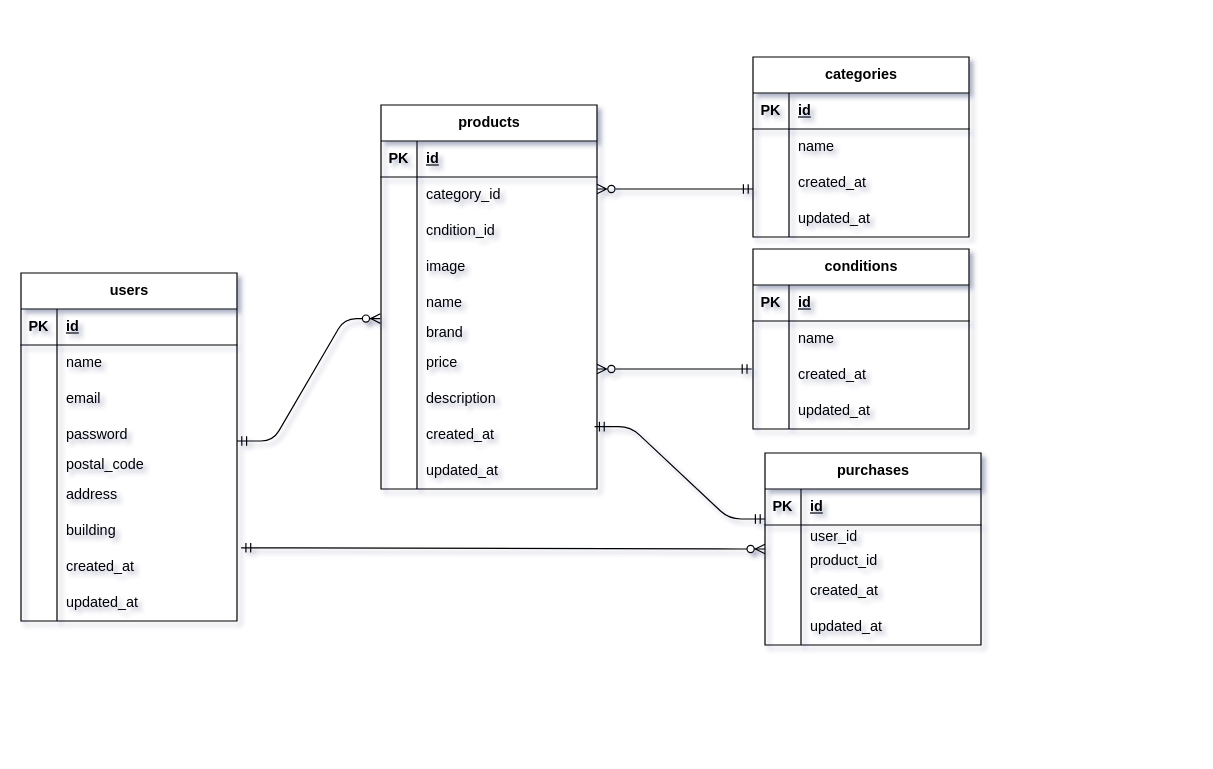
yushiro46/Furima keeps this draw.io diagram as er.dio. Above is the earlier version. Source tidied: cells renumbered, new cells numbered last; positions are measured from the earlier drawing's top-left corner, leaving out a move shared by most shapes. Both pictures are drawn from the tidied source at 120%, with x=0, y=0 at pixel (20, 56).
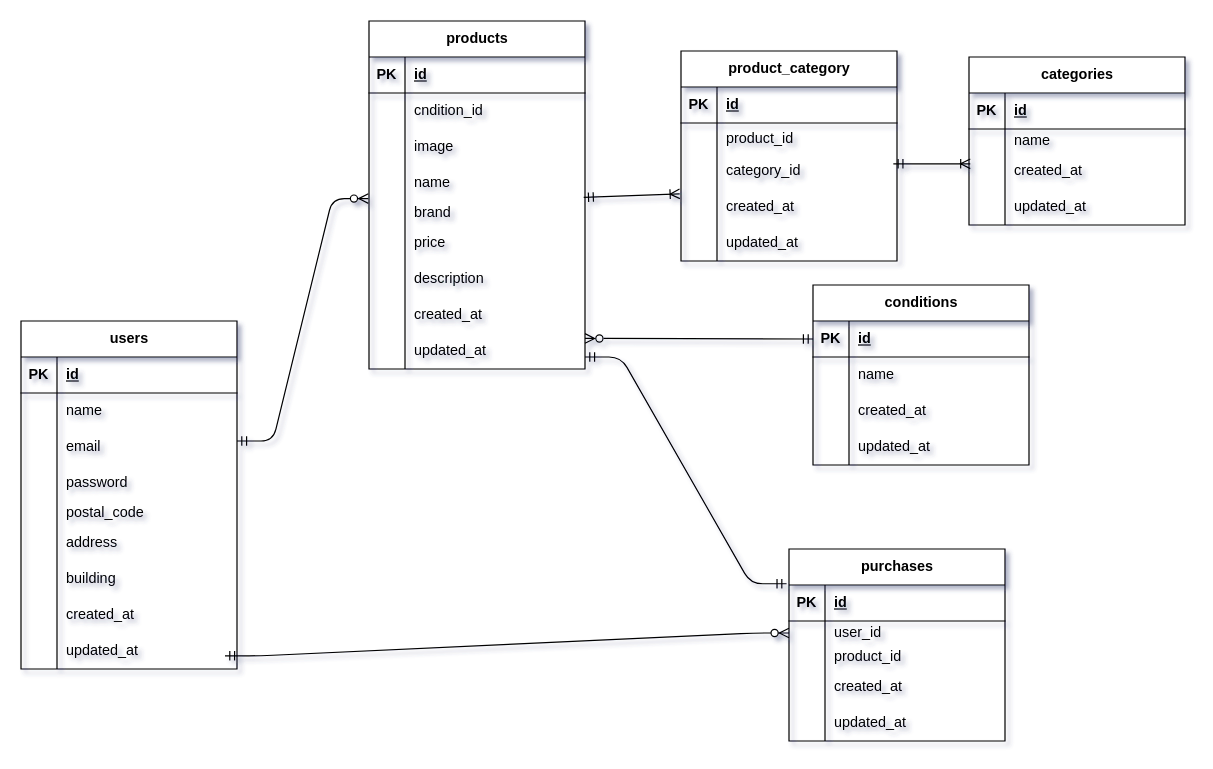
After the change.

Unchanged cells that the change refers to:
```xml
<mxCell id="24" style="shape=tableRow;horizontal=0;startSize=0;swimlaneHead=0;swimlaneBody=0;fillColor=none;points=[[0,0.5],[1,0.5]];portConstraint=eastwest;top=0;left=0;right=0;bottom=0;" parent="2" vertex="1">
  <mxGeometry y="230" width="180" height="30" as="geometry" />
</mxCell>
<mxCell id="75" style="shape=tableRow;horizontal=0;startSize=0;swimlaneHead=0;swimlaneBody=0;fillColor=none;points=[[0,0.5],[1,0.5]];portConstraint=eastwest;top=0;left=0;right=0;bottom=1;" parent="74" vertex="1">
  <mxGeometry y="30" width="180" height="30" as="geometry" />
</mxCell>
<mxCell id="91" style="shape=tableRow;horizontal=0;startSize=0;swimlaneHead=0;swimlaneBody=0;fillColor=none;points=[[0,0.5],[1,0.5]];portConstraint=eastwest;top=0;left=0;right=0;bottom=0;" parent="87" vertex="1">
  <mxGeometry y="60" width="180" height="20" as="geometry" />
</mxCell>
```

What changed in the source:
```diff
@@
     <mxCell id="2" value="users" style="shape=table;startSize=30;childLayout=tableLayout;rowLines=0;fontStyle=1;align=center;html=1;" parent="1" vertex="1">
-      <mxGeometry y="180" width="180" height="290" as="geometry" />
+      <mxGeometry y="220" width="180" height="290" as="geometry" />
     </mxCell>
@@
     <mxCell id="30" value="products" style="shape=table;startSize=30;childLayout=tableLayout;rowLines=0;fontStyle=1;align=center;html=1;" parent="1" vertex="1">
-      <mxGeometry x="300" y="40" width="180" height="320" as="geometry" />
+      <mxGeometry x="290" y="-30" width="180" height="290" as="geometry" />
     </mxCell>
@@
-    <mxCell id="34" style="shape=tableRow;horizontal=0;startSize=0;swimlaneHead=0;swimlaneBody=0;fillColor=none;top=0;left=0;right=0;bottom=0;" parent="30" vertex="1">
-      <mxGeometry y="60" width="180" height="30" as="geometry" />
-    </mxCell>
-    <mxCell id="35" style="shape=partialRectangle;fillColor=none;top=0;left=0;bottom=0;right=0;overflow=hidden;whiteSpace=wrap;html=1;" parent="34" vertex="1">
-      <mxGeometry width="30" height="30" as="geometry" />
-    </mxCell>
-    <mxCell id="36" value="category_id" style="shape=partialRectangle;fillColor=none;top=0;left=0;bottom=0;right=0;align=left;spacingLeft=6;overflow=hidden;whiteSpace=wrap;html=1;" parent="34" vertex="1">
-      <mxGeometry x="30" width="150" height="30" as="geometry" />
-    </mxCell>
     <mxCell id="37" style="shape=tableRow;horizontal=0;startSize=0;swimlaneHead=0;swimlaneBody=0;fillColor=none;top=0;left=0;right=0;bottom=0;" parent="30" vertex="1">
-      <mxGeometry y="90" width="180" height="30" as="geometry" />
+      <mxGeometry y="60" width="180" height="30" as="geometry" />
     </mxCell>
@@
     <mxCell id="40" style="shape=tableRow;horizontal=0;startSize=0;swimlaneHead=0;swimlaneBody=0;fillColor=none;top=0;left=0;right=0;bottom=0;" parent="30" vertex="1">
-      <mxGeometry y="120" width="180" height="30" as="geometry" />
+      <mxGeometry y="90" width="180" height="30" as="geometry" />
     </mxCell>
@@
     <mxCell id="43" style="shape=tableRow;horizontal=0;startSize=0;swimlaneHead=0;swimlaneBody=0;fillColor=none;top=0;left=0;right=0;bottom=0;" parent="30" vertex="1">
-      <mxGeometry y="150" width="180" height="30" as="geometry" />
+      <mxGeometry y="120" width="180" height="30" as="geometry" />
     </mxCell>
@@
     <mxCell id="46" style="shape=tableRow;horizontal=0;startSize=0;swimlaneHead=0;swimlaneBody=0;fillColor=none;points=[[0,0.5],[1,0.5]];portConstraint=eastwest;top=0;left=0;right=0;bottom=0;" parent="30" vertex="1">
-      <mxGeometry y="180" width="180" height="20" as="geometry" />
+      <mxGeometry y="150" width="180" height="20" as="geometry" />
     </mxCell>
@@
     <mxCell id="49" style="shape=tableRow;horizontal=0;startSize=0;swimlaneHead=0;swimlaneBody=0;fillColor=none;top=0;left=0;right=0;bottom=0;" parent="30" vertex="1">
-      <mxGeometry y="200" width="180" height="30" as="geometry" />
+      <mxGeometry y="170" width="180" height="30" as="geometry" />
     </mxCell>
@@
     <mxCell id="52" style="shape=tableRow;horizontal=0;startSize=0;swimlaneHead=0;swimlaneBody=0;fillColor=none;top=0;left=0;right=0;bottom=0;" parent="30" vertex="1">
-      <mxGeometry y="230" width="180" height="30" as="geometry" />
+      <mxGeometry y="200" width="180" height="30" as="geometry" />
     </mxCell>
@@
     <mxCell id="55" style="shape=tableRow;horizontal=0;startSize=0;swimlaneHead=0;swimlaneBody=0;fillColor=none;points=[[0,0.5],[1,0.5]];portConstraint=eastwest;top=0;left=0;right=0;bottom=0;" parent="30" vertex="1">
-      <mxGeometry y="260" width="180" height="30" as="geometry" />
+      <mxGeometry y="230" width="180" height="30" as="geometry" />
     </mxCell>
@@
     <mxCell id="58" style="shape=tableRow;horizontal=0;startSize=0;swimlaneHead=0;swimlaneBody=0;fillColor=none;top=0;left=0;right=0;bottom=0;" parent="30" vertex="1">
-      <mxGeometry y="290" width="180" height="30" as="geometry" />
+      <mxGeometry y="260" width="180" height="30" as="geometry" />
     </mxCell>
@@
     <mxCell id="61" value="categories" style="shape=table;startSize=30;childLayout=tableLayout;rowLines=0;fontStyle=1;align=center;html=1;" parent="1" vertex="1">
-      <mxGeometry x="610" width="180" height="150" as="geometry" />
+      <mxGeometry x="790" width="180" height="140" as="geometry" />
     </mxCell>
@@
     <mxCell id="65" style="shape=tableRow;horizontal=0;startSize=0;swimlaneHead=0;swimlaneBody=0;fillColor=none;top=0;left=0;right=0;bottom=0;" parent="61" vertex="1">
-      <mxGeometry y="60" width="180" height="30" as="geometry" />
+      <mxGeometry y="60" width="180" height="20" as="geometry" />
     </mxCell>
     <mxCell id="66" style="shape=partialRectangle;fillColor=none;top=0;left=0;bottom=0;right=0;overflow=hidden;whiteSpace=wrap;html=1;" parent="65" vertex="1">
-      <mxGeometry width="30" height="30" as="geometry" />
+      <mxGeometry width="30" height="20" as="geometry" />
     </mxCell>
     <mxCell id="67" value="name" style="shape=partialRectangle;fillColor=none;top=0;left=0;bottom=0;right=0;align=left;spacingLeft=6;overflow=hidden;whiteSpace=wrap;html=1;" parent="65" vertex="1">
-      <mxGeometry x="30" width="150" height="30" as="geometry" />
+      <mxGeometry x="30" width="150" height="20" as="geometry" />
     </mxCell>
     <mxCell id="68" style="shape=tableRow;horizontal=0;startSize=0;swimlaneHead=0;swimlaneBody=0;fillColor=none;points=[[0,0.5],[1,0.5]];portConstraint=eastwest;top=0;left=0;right=0;bottom=0;" parent="61" vertex="1">
-      <mxGeometry y="90" width="180" height="30" as="geometry" />
+      <mxGeometry y="80" width="180" height="30" as="geometry" />
     </mxCell>
@@
     <mxCell id="71" style="shape=tableRow;horizontal=0;startSize=0;swimlaneHead=0;swimlaneBody=0;fillColor=none;top=0;left=0;right=0;bottom=0;" parent="61" vertex="1">
-      <mxGeometry y="120" width="180" height="30" as="geometry" />
+      <mxGeometry y="110" width="180" height="30" as="geometry" />
     </mxCell>
@@
     <mxCell id="74" value="conditions" style="shape=table;startSize=30;childLayout=tableLayout;rowLines=0;fontStyle=1;align=center;html=1;" parent="1" vertex="1">
-      <mxGeometry x="610" y="160" width="180" height="150" as="geometry" />
+      <mxGeometry x="660" y="190" width="180" height="150" as="geometry" />
     </mxCell>
@@
     <mxCell id="87" value="purchases" style="shape=table;startSize=30;childLayout=tableLayout;rowLines=0;fontStyle=1;align=center;html=1;" parent="1" vertex="1">
-      <mxGeometry x="620" y="330" width="180" height="160" as="geometry" />
+      <mxGeometry x="640" y="410" width="180" height="160" as="geometry" />
     </mxCell>
@@
-    <mxCell id="104" style="edgeStyle=entityRelationEdgeStyle;fontSize=12;html=1;endArrow=ERzeroToMany;startArrow=ERmandOne;exitX=1.019;exitY=-0.033;exitDx=0;exitDy=0;exitPerimeter=0;" parent="1" edge="1" source="24">
+    <mxCell id="104" style="edgeStyle=entityRelationEdgeStyle;fontSize=12;html=1;endArrow=ERzeroToMany;startArrow=ERmandOne;exitX=1.019;exitY=-0.033;exitDx=0;exitDy=0;exitPerimeter=0;entryX=0;entryY=0.5;entryDx=0;entryDy=0;" parent="1" edge="1" target="91">
       <mxGeometry relative="1" as="geometry">
-        <mxPoint x="620" y="410" as="targetPoint" />
+        <mxPoint x="170" y="499" as="sourcePoint" />
         <Array as="points">
-          <mxPoint x="550" y="510" />
+          <mxPoint x="536.6" y="560" />
+          <mxPoint x="640" y="470" />
+          <mxPoint x="630" y="470" />
         </Array>
       </mxGeometry>
     </mxCell>
-    <mxCell id="105" style="endArrow=ERmandOne;html=1;rounded=0;startArrow=ERzeroToMany;startFill=0;endFill=0;strokeColor=default;align=center;verticalAlign=middle;fontFamily=Helvetica;fontSize=11;fontColor=default;labelBackgroundColor=default;" parent="1" edge="1">
-      <mxGeometry relative="1" as="geometry">
-        <mxPoint x="480" y="110" as="sourcePoint" />
-        <mxPoint x="610" y="110" as="targetPoint" />
-        <Array as="points">
-          <mxPoint x="550" y="110" />
-        </Array>
-      </mxGeometry>
-    </mxCell>
-    <mxCell id="106" style="endArrow=ERmandOne;html=1;rounded=0;startArrow=ERzeroToMany;startFill=0;endFill=0;" parent="1" edge="1">
+    <mxCell id="106" style="endArrow=ERmandOne;html=1;rounded=0;startArrow=ERzeroToMany;startFill=0;endFill=0;entryX=0;entryY=0.5;entryDx=0;entryDy=0;" parent="1" edge="1" target="75">
       <mxGeometry relative="1" as="geometry">
-        <mxPoint x="480" y="260" as="sourcePoint" />
-        <mxPoint x="609" y="260" as="targetPoint" />
+        <mxPoint x="470" y="234.5" as="sourcePoint" />
       </mxGeometry>
     </mxCell>
-    <mxCell id="107" style="edgeStyle=entityRelationEdgeStyle;fontSize=12;html=1;endArrow=ERmandOne;startArrow=ERmandOne;entryX=0;entryY=0.5;entryDx=0;entryDy=0;exitX=0.989;exitY=0.267;exitDx=0;exitDy=0;exitPerimeter=0;" parent="1" edge="1" source="55">
+    <mxCell id="107" style="edgeStyle=entityRelationEdgeStyle;fontSize=12;html=1;endArrow=ERmandOne;startArrow=ERmandOne;entryX=-0.011;entryY=0.181;entryDx=0;entryDy=0;exitX=0.989;exitY=0.267;exitDx=0;exitDy=0;exitPerimeter=0;entryPerimeter=0;" parent="1" edge="1" target="87">
       <mxGeometry relative="1" as="geometry">
-        <mxPoint x="620" y="385" as="targetPoint" />
+        <mxPoint x="470" y="250" as="sourcePoint" />
       </mxGeometry>
     </mxCell>
+    <mxCell id="108" value="product_category" style="shape=table;startSize=30;childLayout=tableLayout;rowLines=0;fontStyle=1;align=center;html=1;" parent="1" vertex="1">
+      <mxGeometry x="550" y="-5" width="180" height="175" as="geometry" />
+    </mxCell>
+    <mxCell id="109" style="shape=tableRow;horizontal=0;startSize=0;swimlaneHead=0;swimlaneBody=0;fillColor=none;top=0;left=0;right=0;bottom=1;" parent="108" vertex="1">
+      <mxGeometry y="30" width="180" height="30" as="geometry" />
+    </mxCell>
+    <mxCell id="110" value="PK" style="shape=partialRectangle;fillColor=none;top=0;left=0;bottom=0;right=0;fontStyle=1;overflow=hidden;whiteSpace=wrap;html=1;" parent="109" vertex="1">
+      <mxGeometry width="30" height="30" as="geometry" />
+    </mxCell>
+    <mxCell id="111" value="id" style="shape=partialRectangle;fillColor=none;top=0;left=0;bottom=0;right=0;align=left;spacingLeft=6;fontStyle=5;overflow=hidden;whiteSpace=wrap;html=1;" parent="109" vertex="1">
+      <mxGeometry x="30" width="150" height="30" as="geometry" />
+    </mxCell>
+    <mxCell id="112" style="shape=tableRow;horizontal=0;startSize=0;swimlaneHead=0;swimlaneBody=0;fillColor=none;top=0;left=0;right=0;bottom=0;" parent="108" vertex="1">
+      <mxGeometry y="60" width="180" height="25" as="geometry" />
+    </mxCell>
+    <mxCell id="113" style="shape=partialRectangle;fillColor=none;top=0;left=0;bottom=0;right=0;overflow=hidden;whiteSpace=wrap;html=1;" parent="112" vertex="1">
+      <mxGeometry width="30" height="25" as="geometry" />
+    </mxCell>
+    <mxCell id="114" value="product_id" style="shape=partialRectangle;fillColor=none;top=0;left=0;bottom=0;right=0;align=left;spacingLeft=6;overflow=hidden;whiteSpace=wrap;html=1;" parent="112" vertex="1">
+      <mxGeometry x="30" width="150" height="25" as="geometry" />
+    </mxCell>
+    <mxCell id="115" style="shape=tableRow;horizontal=0;startSize=0;swimlaneHead=0;swimlaneBody=0;fillColor=none;points=[[0,0.5],[1,0.5]];portConstraint=eastwest;top=0;left=0;right=0;bottom=0;" parent="108" vertex="1">
+      <mxGeometry y="85" width="180" height="30" as="geometry" />
+    </mxCell>
+    <mxCell id="116" style="shape=partialRectangle;fillColor=none;top=0;left=0;bottom=0;right=0;overflow=hidden;whiteSpace=wrap;html=1;" parent="115" vertex="1">
+      <mxGeometry width="30" height="30" as="geometry" />
+    </mxCell>
+    <mxCell id="36" value="category_id" style="shape=partialRectangle;fillColor=none;top=0;left=0;bottom=0;right=0;align=left;spacingLeft=6;overflow=hidden;whiteSpace=wrap;html=1;" parent="115" vertex="1">
+      <mxGeometry x="30" width="150" height="30" as="geometry" />
+    </mxCell>
+    <mxCell id="117" style="shape=tableRow;horizontal=0;startSize=0;swimlaneHead=0;swimlaneBody=0;fillColor=none;points=[[0,0.5],[1,0.5]];portConstraint=eastwest;top=0;left=0;right=0;bottom=0;" parent="108" vertex="1">
+      <mxGeometry y="115" width="180" height="30" as="geometry" />
+    </mxCell>
+    <mxCell id="118" style="shape=partialRectangle;fillColor=none;top=0;left=0;bottom=0;right=0;overflow=hidden;whiteSpace=wrap;html=1;" parent="117" vertex="1">
+      <mxGeometry width="30" height="30" as="geometry" />
+    </mxCell>
+    <mxCell id="119" value="created_at" style="shape=partialRectangle;fillColor=none;top=0;left=0;bottom=0;right=0;align=left;spacingLeft=6;overflow=hidden;whiteSpace=wrap;html=1;" parent="117" vertex="1">
+      <mxGeometry x="30" width="150" height="30" as="geometry" />
+    </mxCell>
+    <mxCell id="120" style="shape=tableRow;horizontal=0;startSize=0;swimlaneHead=0;swimlaneBody=0;fillColor=none;top=0;left=0;right=0;bottom=0;" parent="108" vertex="1">
+      <mxGeometry y="145" width="180" height="30" as="geometry" />
+    </mxCell>
+    <mxCell id="121" style="shape=partialRectangle;fillColor=none;top=0;left=0;bottom=0;right=0;overflow=hidden;whiteSpace=wrap;html=1;" parent="120" vertex="1">
+      <mxGeometry width="30" height="30" as="geometry" />
+    </mxCell>
+    <mxCell id="122" value="updated_at" style="shape=partialRectangle;fillColor=none;top=0;left=0;bottom=0;right=0;align=left;spacingLeft=6;overflow=hidden;whiteSpace=wrap;html=1;" parent="120" vertex="1">
+      <mxGeometry x="30" width="150" height="30" as="geometry" />
+    </mxCell>
+    <mxCell id="123" style="endArrow=ERoneToMany;html=1;rounded=0;exitX=0.994;exitY=-0.15;exitDx=0;exitDy=0;exitPerimeter=0;entryX=-0.006;entryY=0.133;entryDx=0;entryDy=0;entryPerimeter=0;startArrow=ERmandOne;startFill=0;endFill=0;" parent="1" edge="1" source="46" target="117">
+      <mxGeometry relative="1" as="geometry" />
+    </mxCell>
+    <mxCell id="124" style="endArrow=ERoneToMany;html=1;rounded=0;exitX=0.983;exitY=0.3;exitDx=0;exitDy=0;exitPerimeter=0;entryX=0.006;entryY=0.3;entryDx=0;entryDy=0;entryPerimeter=0;startArrow=ERmandOne;startFill=0;endFill=0;" parent="1" edge="1" source="115" target="68">
+      <mxGeometry relative="1" as="geometry" />
+    </mxCell>
```
